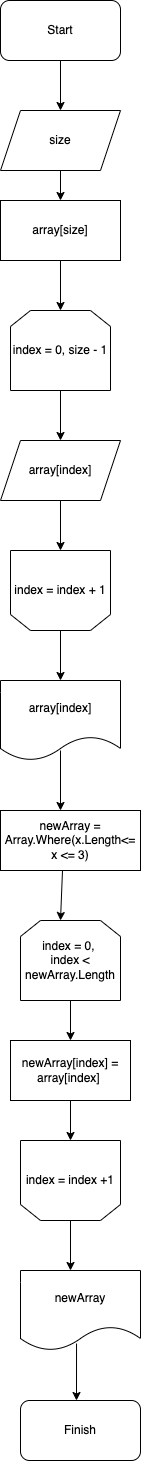
Before: С--/Algoritm.drawio.png, a diagram exported from draw.io (IrenaVlad/FinalTask). Source tidied: cells renumbered, new cells last; positions are measured from the earlier drawing's top-left corner, leaving out a move shared by most shapes.
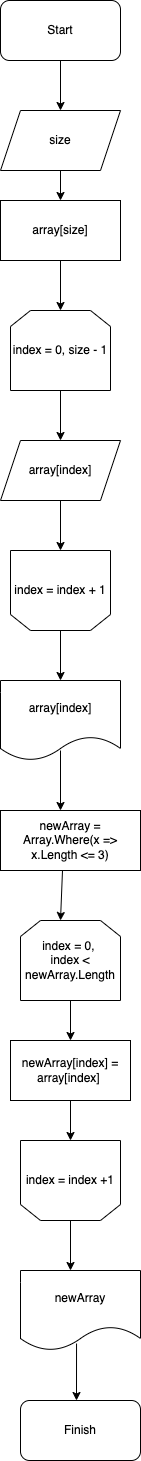
After the change.

What changed in the source:
```diff
@@ -62,7 +62,7 @@
         <mxPoint x="60" y="920" as="targetPoint" />
       </mxGeometry>
     </mxCell>
-    <mxCell id="17" value="newArray = Array.Where(x.Length&amp;lt;= x &amp;lt;= 3)" style="rounded=0;whiteSpace=wrap;html=1;" parent="1" vertex="1">
+    <mxCell id="17" value="newArray = Array.Where(x =&amp;gt; x.Length &amp;lt;= 3)" style="rounded=0;whiteSpace=wrap;html=1;" parent="1" vertex="1">
       <mxGeometry y="810" width="140" height="60" as="geometry" />
     </mxCell>
     <mxCell id="18" value="index = 0,&amp;nbsp;&lt;br&gt;index &amp;lt; newArray.Length" style="shape=loopLimit;whiteSpace=wrap;html=1;" parent="1" vertex="1">
```
